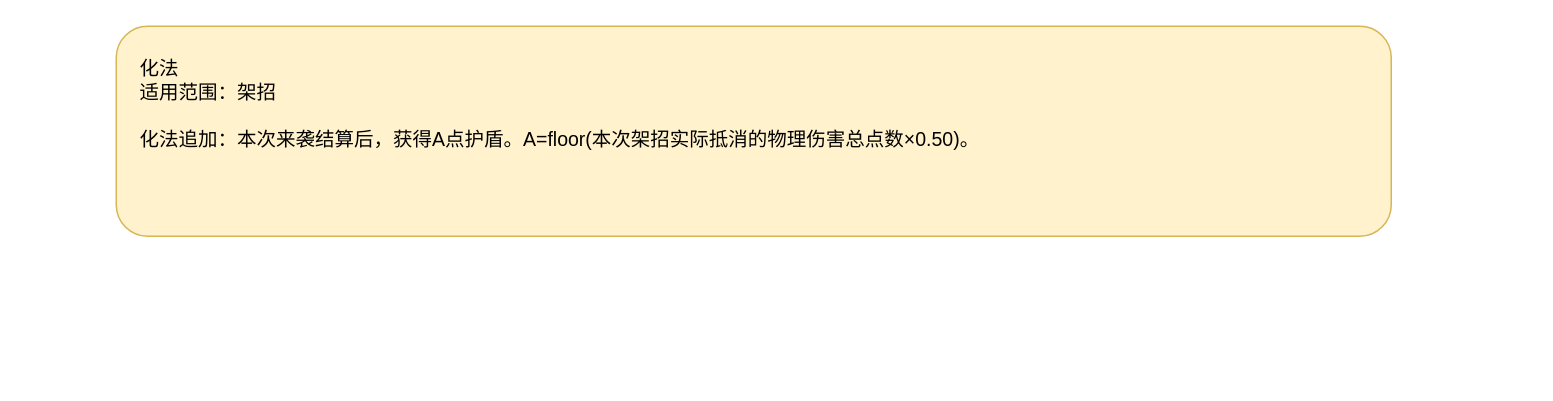
ankundanetracyc-spec/tian-guan-you-du keeps this draw.io diagram as page "架招化法" (1 of 2) of docs/卡牌词典/秘籍技能/玉髓回澜养真宝册/化法/架招第3卷.drawio. Above is the earlier version. Source tidied: cells renumbered, new cells numbered last; positions are measured from the earlier drawing's top-left corner, leaving out a move shared by most shapes. Both pictures are drawn from the tidied source at 150%, with x=0, y=0 at pixel (116, 26).
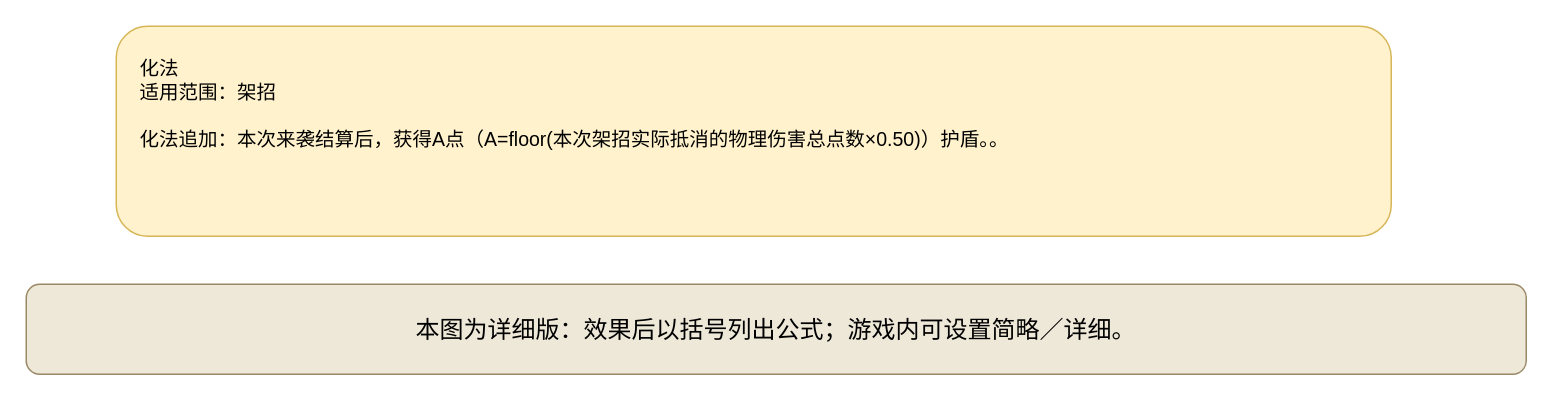
The same page after the edit.

The edit, as a diff of the source:
```diff
@@
 <mxGraphModel>
   <root>
     <mxCell id="0" />
     <mxCell id="1" parent="0" />
-    <mxCell id="2" value="&lt;div style=&quot;text-align:left;&quot;&gt;化法&lt;br&gt;适用范围：架招&lt;br&gt;&lt;br&gt;化法追加：本次来袭结算后，获得A点护盾。A=floor(本次架招实际抵消的物理伤害总点数×0.50)。&lt;/div&gt;" style="rounded=1;whiteSpace=wrap;html=1;fillColor=#fff2cc;strokeColor=#d6b656;fontSize=13;align=left;verticalAlign=top;spacing=16;" parent="1" vertex="1">
+    <mxCell id="2" value="化法&#10;适用范围：架招&#10;&#10;化法追加：本次来袭结算后，获得A点（A=floor(本次架招实际抵消的物理伤害总点数×0.50)）护盾。。" style="rounded=1;whiteSpace=wrap;html=1;fillColor=#fff2cc;strokeColor=#d6b656;fontSize=13;align=left;verticalAlign=top;spacing=16;" parent="1" vertex="1">
       <mxGeometry width="850" height="140" as="geometry" />
     </mxCell>
+    <mxCell id="3" value="本图为详细版：效果后以括号列出公式；游戏内可设置简略／详细。" style="rounded=1;whiteSpace=wrap;html=1;fillColor=#eee8d8;strokeColor=#9a8967;fontSize=16;" parent="1" vertex="1">
+      <mxGeometry x="-60" y="172" width="1000" height="60" as="geometry" />
+    </mxCell>
   </root>
 </mxGraphModel>
```
